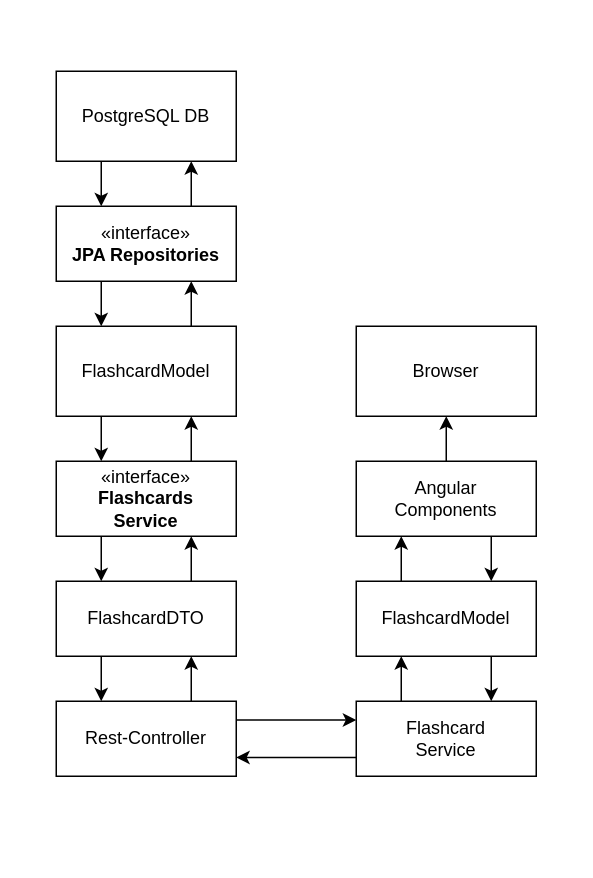
vascoalexander/flashcards-app keeps this draw.io diagram as page "Backend-Architektur" (10 of 10) of docu/flashcards_wireframes.drawio. Above is the earlier version. Source tidied: cells renumbered, new cells numbered last; positions are measured from the earlier drawing's top-left corner, leaving out a move shared by most shapes. Both pictures are drawn from the tidied source at 150%, with x=0, y=0 at pixel (56, 70).
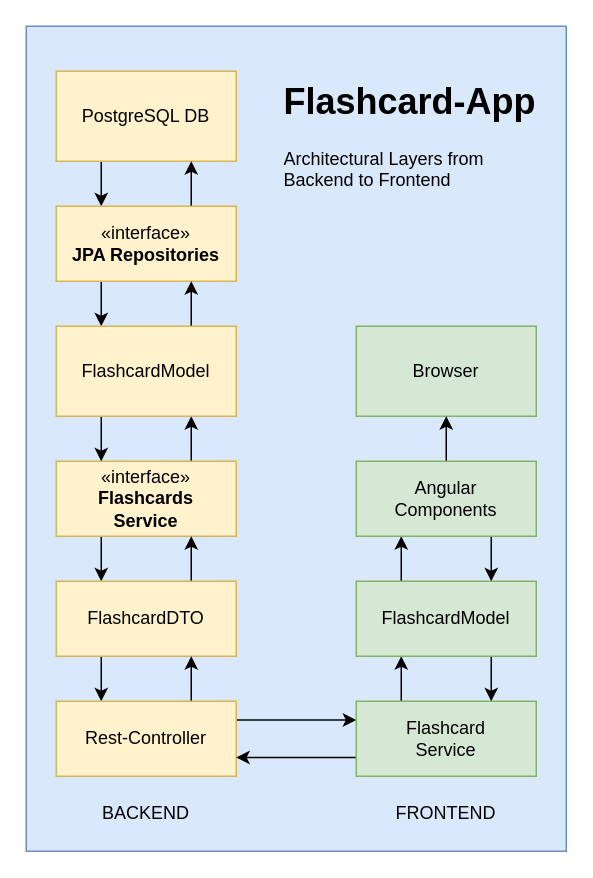
The same page after the edit.

Commit message (it also covers changes not shown here):
docu: improved visuals of architecture diagram

The edit, as a diff of the source:
```diff
@@
+    <mxCell id="29" style="rounded=0;whiteSpace=wrap;html=1;fillColor=#dae8fc;strokeColor=#6c8ebf;" parent="1" vertex="1">
+      <mxGeometry x="-20" y="-30" width="360" height="550" as="geometry" />
+    </mxCell>
@@
-    <mxCell id="3" value="PostgreSQL DB" style="rounded=0;whiteSpace=wrap;html=1;" parent="1" vertex="1">
+    <mxCell id="3" value="PostgreSQL DB" style="rounded=0;whiteSpace=wrap;html=1;fillColor=#fff2cc;strokeColor=#d6b656;" parent="1" vertex="1">
       <mxGeometry width="120" height="60" as="geometry" />
     </mxCell>
@@
-    <mxCell id="6" value="«interface»&lt;div&gt;&lt;b&gt;JPA Repositories&lt;/b&gt;&lt;/div&gt;" style="html=1;whiteSpace=wrap;" parent="1" vertex="1">
+    <mxCell id="6" value="«interface»&lt;div&gt;&lt;b&gt;JPA Repositories&lt;/b&gt;&lt;/div&gt;" style="html=1;whiteSpace=wrap;fillColor=#fff2cc;strokeColor=#d6b656;" parent="1" vertex="1">
       <mxGeometry y="90" width="120" height="50" as="geometry" />
     </mxCell>
@@
-    <mxCell id="9" value="«interface»&lt;br&gt;&lt;b&gt;Flashcards&lt;/b&gt;&lt;div&gt;&lt;b&gt;Service&lt;/b&gt;&lt;/div&gt;" style="html=1;whiteSpace=wrap;" parent="1" vertex="1">
+    <mxCell id="9" value="«interface»&lt;br&gt;&lt;b&gt;Flashcards&lt;/b&gt;&lt;div&gt;&lt;b&gt;Service&lt;/b&gt;&lt;/div&gt;" style="html=1;whiteSpace=wrap;fillColor=#fff2cc;strokeColor=#d6b656;" parent="1" vertex="1">
       <mxGeometry y="260" width="120" height="50" as="geometry" />
     </mxCell>
@@
-    <mxCell id="12" value="FlashcardDTO" style="html=1;whiteSpace=wrap;" parent="1" vertex="1">
+    <mxCell id="12" value="FlashcardDTO" style="html=1;whiteSpace=wrap;fillColor=#fff2cc;strokeColor=#d6b656;" parent="1" vertex="1">
       <mxGeometry y="340" width="120" height="50" as="geometry" />
     </mxCell>
@@
-    <mxCell id="15" value="FlashcardModel" style="rounded=0;whiteSpace=wrap;html=1;" parent="1" vertex="1">
+    <mxCell id="15" value="FlashcardModel" style="rounded=0;whiteSpace=wrap;html=1;fillColor=#fff2cc;strokeColor=#d6b656;" parent="1" vertex="1">
       <mxGeometry y="170" width="120" height="60" as="geometry" />
     </mxCell>
@@
-    <mxCell id="18" value="Rest-Controller" style="rounded=0;whiteSpace=wrap;html=1;" parent="1" vertex="1">
+    <mxCell id="18" value="Rest-Controller" style="rounded=0;whiteSpace=wrap;html=1;fillColor=#fff2cc;strokeColor=#d6b656;" parent="1" vertex="1">
       <mxGeometry y="420" width="120" height="50" as="geometry" />
     </mxCell>
@@
-    <mxCell id="21" value="Flashcard&lt;br&gt;Service" style="rounded=0;whiteSpace=wrap;html=1;" parent="1" vertex="1">
+    <mxCell id="21" value="Flashcard&lt;br&gt;Service" style="rounded=0;whiteSpace=wrap;html=1;fillColor=#d5e8d4;strokeColor=#82b366;" parent="1" vertex="1">
       <mxGeometry x="200" y="420" width="120" height="50" as="geometry" />
     </mxCell>
-    <mxCell id="22" value="Browser" style="rounded=0;whiteSpace=wrap;html=1;" parent="1" vertex="1">
+    <mxCell id="22" value="Browser" style="rounded=0;whiteSpace=wrap;html=1;fillColor=#d5e8d4;strokeColor=#82b366;" parent="1" vertex="1">
       <mxGeometry x="200" y="170" width="120" height="60" as="geometry" />
     </mxCell>
@@
-    <mxCell id="25" value="FlashcardModel" style="rounded=0;whiteSpace=wrap;html=1;" parent="1" vertex="1">
+    <mxCell id="25" value="FlashcardModel" style="rounded=0;whiteSpace=wrap;html=1;fillColor=#d5e8d4;strokeColor=#82b366;" parent="1" vertex="1">
       <mxGeometry x="200" y="340" width="120" height="50" as="geometry" />
     </mxCell>
@@
-    <mxCell id="28" value="Angular&lt;br&gt;Components" style="rounded=0;whiteSpace=wrap;html=1;" parent="1" vertex="1">
+    <mxCell id="28" value="Angular&lt;br&gt;Components" style="rounded=0;whiteSpace=wrap;html=1;fillColor=#d5e8d4;strokeColor=#82b366;" parent="1" vertex="1">
       <mxGeometry x="200" y="260" width="120" height="50" as="geometry" />
     </mxCell>
+    <mxCell id="30" value="&lt;h1 style=&quot;margin-top: 0px;&quot;&gt;Flashcard-App&lt;/h1&gt;&lt;p&gt;Architectural Layers from Backend to Frontend&lt;/p&gt;" style="text;html=1;whiteSpace=wrap;overflow=hidden;rounded=0;" parent="1" vertex="1">
+      <mxGeometry x="150" width="180" height="90" as="geometry" />
+    </mxCell>
+    <mxCell id="31" value="BACKEND" style="text;html=1;align=center;verticalAlign=middle;whiteSpace=wrap;rounded=0;" parent="1" vertex="1">
+      <mxGeometry x="30" y="480" width="60" height="30" as="geometry" />
+    </mxCell>
+    <mxCell id="32" value="FRONTEND" style="text;html=1;align=center;verticalAlign=middle;whiteSpace=wrap;rounded=0;" parent="1" vertex="1">
+      <mxGeometry x="230" y="480" width="60" height="30" as="geometry" />
+    </mxCell>
```
